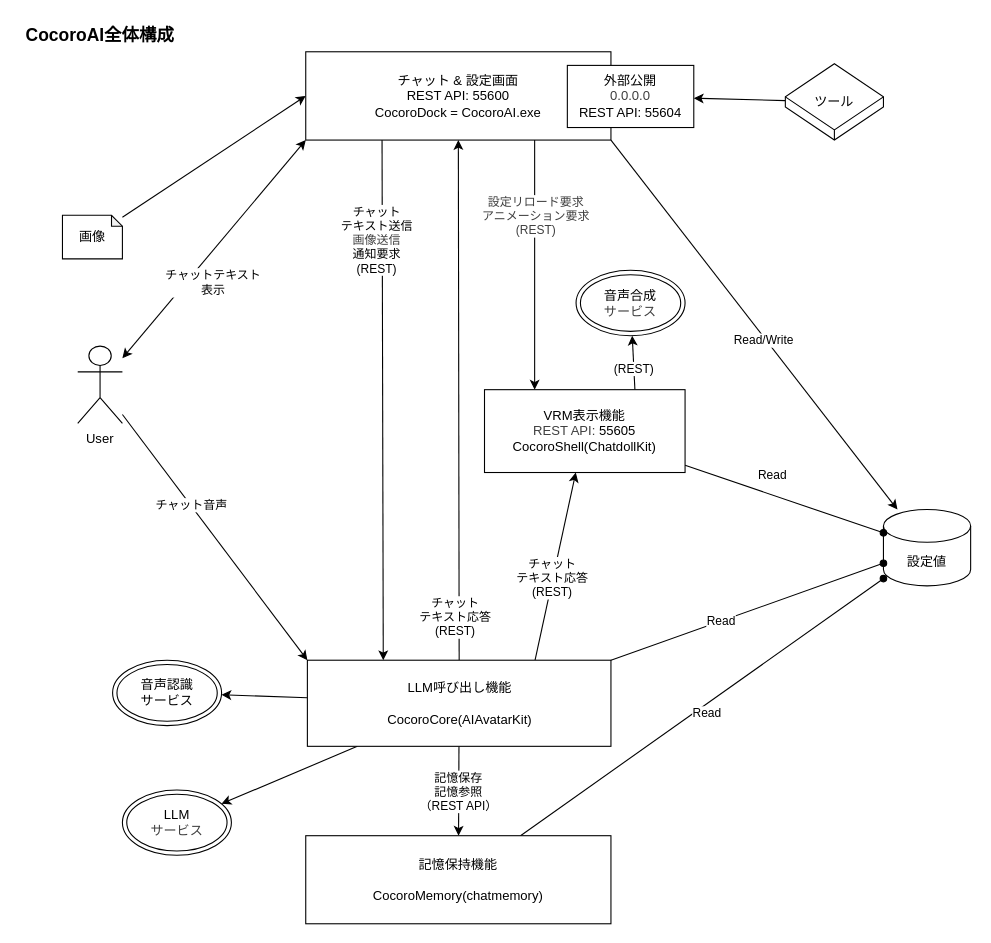
Above: CocoroAI全体構成.drawio in hirona98/CocoroCore (draw.io), before the change. Source tidied: cells renumbered, new cells numbered last; positions are measured from the earlier drawing's top-left corner, leaving out a move shared by most shapes. Both pictures are drawn from the tidied source at 109%, with x=0, y=0 at pixel (17, 19).
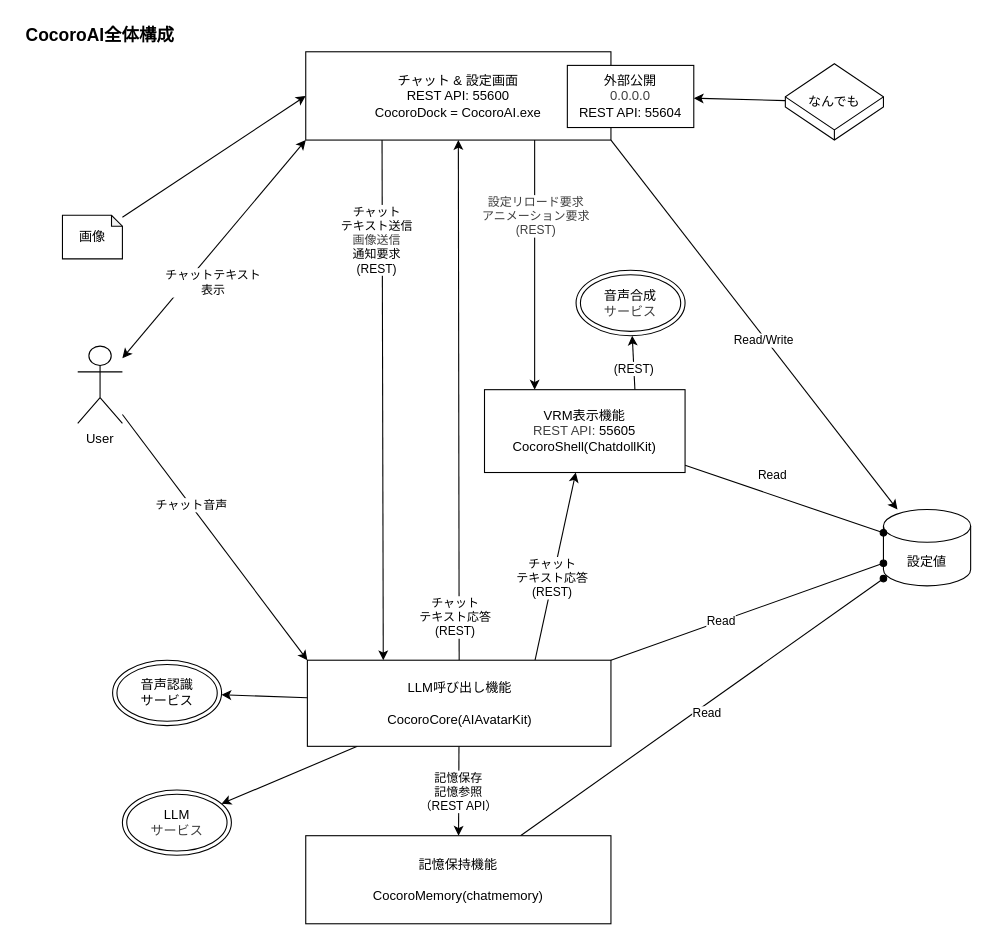
Above is the later version.

Commit message:
全体構成の微調整と要素のラベル修正

Change to the diagram source:
```diff
@@
-    <mxCell id="32" value="ツール" style="html=1;whiteSpace=wrap;shape=isoCube2;backgroundOutline=1;isoAngle=20.714285714285715;" parent="1" vertex="1">
+    <mxCell id="32" value="なんでも" style="html=1;whiteSpace=wrap;shape=isoCube2;backgroundOutline=1;isoAngle=20.714285714285715;" parent="1" vertex="1">
       <mxGeometry x="704" y="41" width="90" height="70" as="geometry" />
     </mxCell>
```
